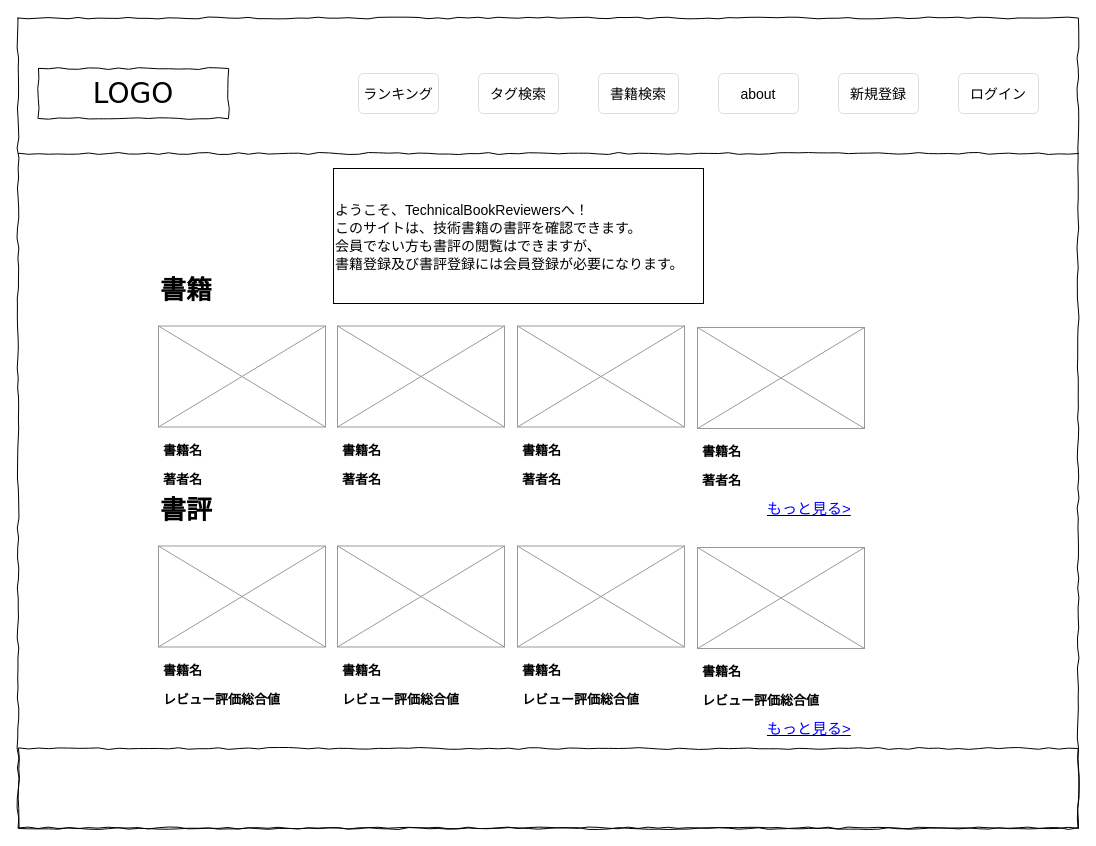
Above: page "トップページ" (1 of 22) of wire_TechnicalBookReviewers_user.drawio in MitsuruYako/TechnicalBookReviewers (draw.io), before the change. Source tidied: cells renumbered, new cells numbered last; positions are measured from the earlier drawing's top-left corner, leaving out a move shared by most shapes. Both pictures are drawn from the tidied source at 100%, with x=0, y=0 at pixel (18, 18).
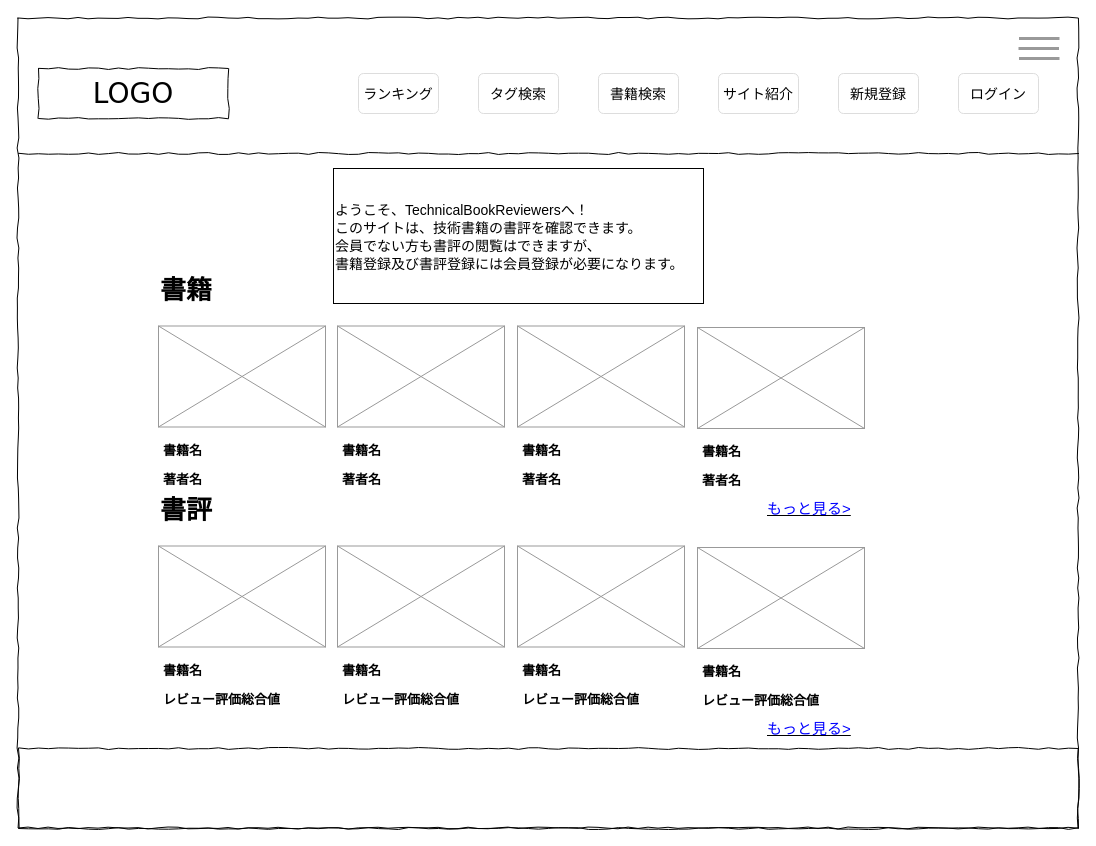
After the change.

What changed in the source:
```diff
@@
-    <mxCell id="7" value="&lt;span style=&quot;font-size: 14px&quot;&gt;about&lt;/span&gt;" style="html=1;shadow=0;dashed=0;shape=mxgraph.bootstrap.rrect;rSize=5;strokeColor=#dddddd;align=center;fontSize=16;whiteSpace=wrap;fillColor=#FFFFFF;" parent="1" vertex="1">
+    <mxCell id="7" value="&lt;span style=&quot;font-size: 14px&quot;&gt;サイト紹介&lt;/span&gt;" style="html=1;shadow=0;dashed=0;shape=mxgraph.bootstrap.rrect;rSize=5;strokeColor=#dddddd;align=center;fontSize=16;whiteSpace=wrap;fillColor=#FFFFFF;" parent="1" vertex="1">
       <mxGeometry x="700" y="55" width="80" height="40" as="geometry" />
     </mxCell>
@@
+    <mxCell id="33" style="group;" parent="1" vertex="1">
+      <mxGeometry x="1000" y="10" width="41" height="40" as="geometry" />
+    </mxCell>
+    <mxCell id="34" style="verticalLabelPosition=bottom;shadow=0;dashed=0;align=center;html=1;verticalAlign=top;strokeWidth=3;shape=mxgraph.mockup.markup.line;strokeColor=#999999;fillColor=none;" parent="33" vertex="1">
+      <mxGeometry y="10" width="40.5" height="20" as="geometry" />
+    </mxCell>
+    <mxCell id="35" style="verticalLabelPosition=bottom;shadow=0;dashed=0;align=center;html=1;verticalAlign=top;strokeWidth=3;shape=mxgraph.mockup.markup.line;strokeColor=#999999;fillColor=none;" parent="33" vertex="1">
+      <mxGeometry x="0.5" width="40.5" height="20" as="geometry" />
+    </mxCell>
+    <mxCell id="36" style="verticalLabelPosition=bottom;shadow=0;dashed=0;align=center;html=1;verticalAlign=top;strokeWidth=3;shape=mxgraph.mockup.markup.line;strokeColor=#999999;fillColor=none;" parent="33" vertex="1">
+      <mxGeometry x="0.5" y="20" width="40.5" height="20" as="geometry" />
+    </mxCell>
```
